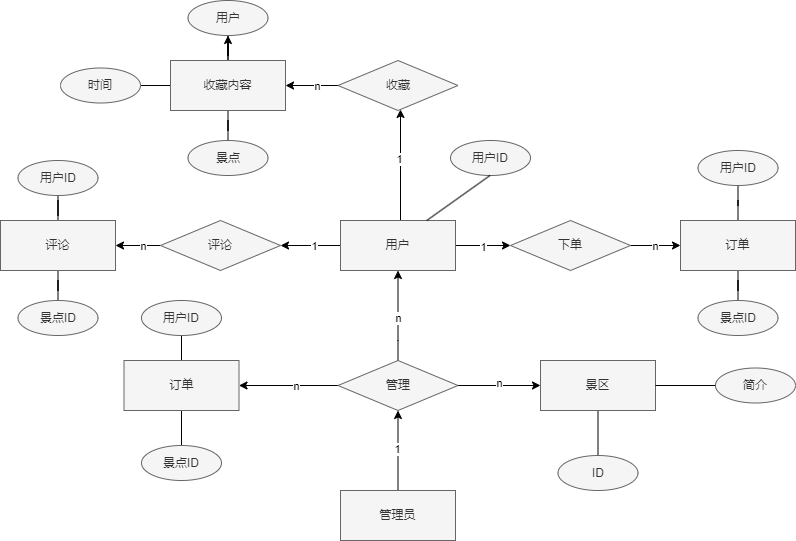
The draw.io diagram sql/系统er图.drawio.png in ren9901/tourism-j2ee-wx, before a commit. Source tidied: cells renumbered, new cells last; positions are measured from the earlier drawing's top-left corner, leaving out a move shared by most shapes.
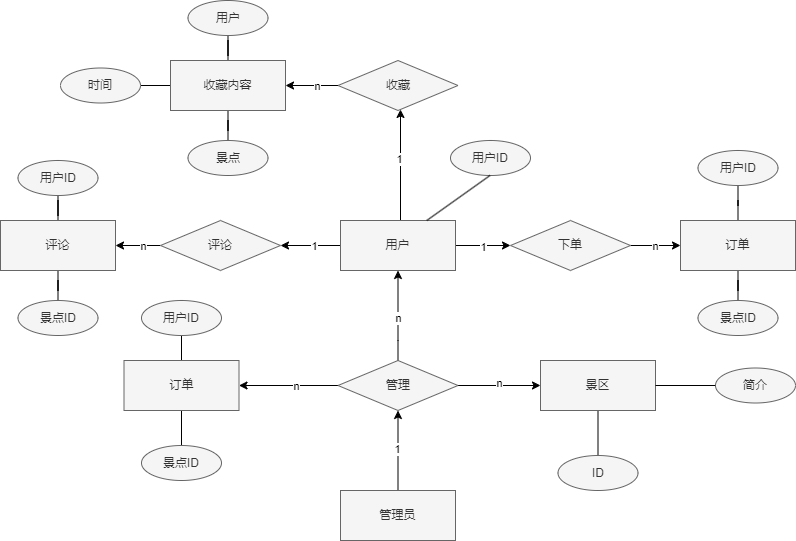
After the commit.

Commit message:
更新系统er图.drawio.png

The edit, as a diff of the source:
```diff
@@ -108,7 +108,7 @@
     <mxCell id="29" value="收藏" style="rhombus;whiteSpace=wrap;html=1;fillColor=#f5f5f5;fontColor=#333333;strokeColor=#666666;" parent="1" vertex="1">
       <mxGeometry x="337.5" y="60" width="120" height="50" as="geometry" />
     </mxCell>
-    <mxCell id="30" style="edgeStyle=orthogonalEdgeStyle;rounded=0;jettySize=auto;html=1;" parent="1" edge="1" source="34" target="35">
+    <mxCell id="30" style="edgeStyle=orthogonalEdgeStyle;rounded=0;jettySize=auto;html=1;endArrow=none;endFill=0;" parent="1" edge="1" source="34" target="35">
       <mxGeometry relative="1" as="geometry" />
     </mxCell>
     <mxCell id="31" style="edgeStyle=orthogonalEdgeStyle;rounded=0;jettySize=auto;html=1;endArrow=none;endFill=0;" parent="1" edge="1" source="34" target="36">
@@ -117,9 +117,6 @@
     <mxCell id="32" style="edgeStyle=orthogonalEdgeStyle;rounded=0;jettySize=auto;html=1;endArrow=none;endFill=0;" parent="1" edge="1" source="34" target="37">
       <mxGeometry relative="1" as="geometry" />
     </mxCell>
-    <mxCell id="33" style="edgeStyle=orthogonalEdgeStyle;rounded=0;jettySize=auto;html=1;endArrow=none;endFill=0;" parent="1" edge="1" source="34" target="35">
-      <mxGeometry relative="1" as="geometry" />
-    </mxCell>
     <mxCell id="34" value="收藏内容" style="rounded=0;whiteSpace=wrap;html=1;fillColor=#f5f5f5;fontColor=#333333;strokeColor=#666666;" parent="1" vertex="1">
       <mxGeometry x="170" y="60" width="115" height="50" as="geometry" />
     </mxCell>
```
